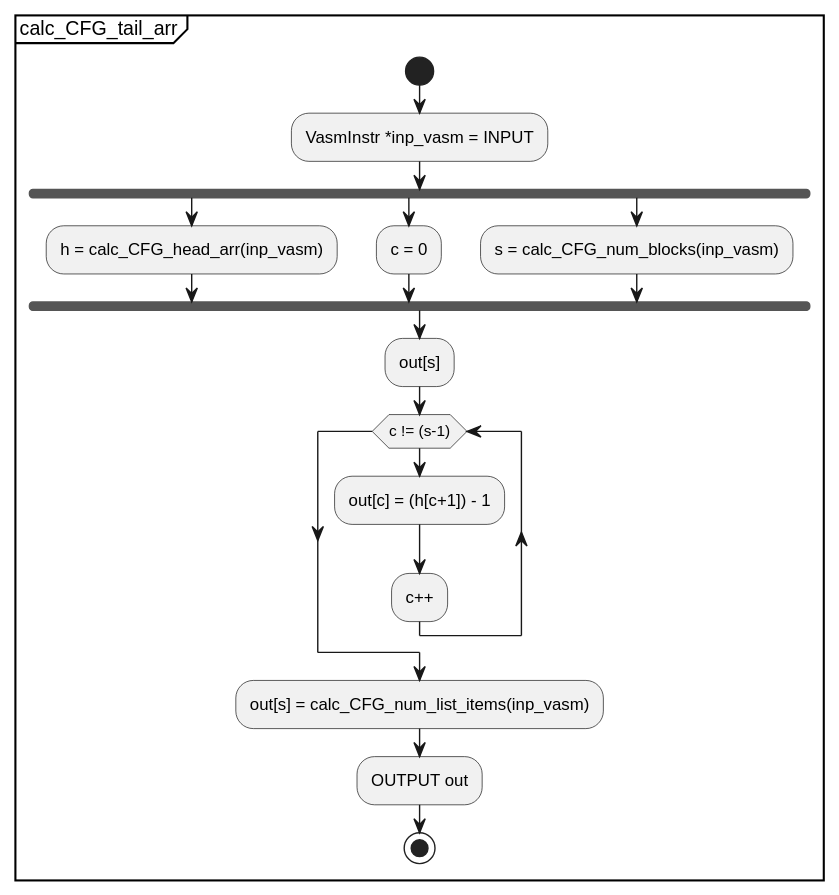
This is docs/UML/Control_Flow_Graph_Generation_Scheme/submodules/svg/calc_CFG_tail_arr.svg from KeithCBrett/Python-Compiler, a PlantUML export, as it was before one commit. Its diagram source:
```plantuml
@startuml
partition calc_CFG_tail_arr {
    start
    :VasmInstr *inp_vasm = INPUT;
    fork
        :h = calc_CFG_head_arr(inp_vasm);
    fork again
        :c = 0;
    fork again
        :s = calc_CFG_num_blocks(inp_vasm);
    fork end
    :out[s];
    while (c != (s-1))
        :out[c] = (h[c+1]) - 1;
        :c++;
    endwhile
    :out[s] = calc_CFG_num_list_items(inp_vasm);
    :OUTPUT out;
    stop
}
@enduml
```
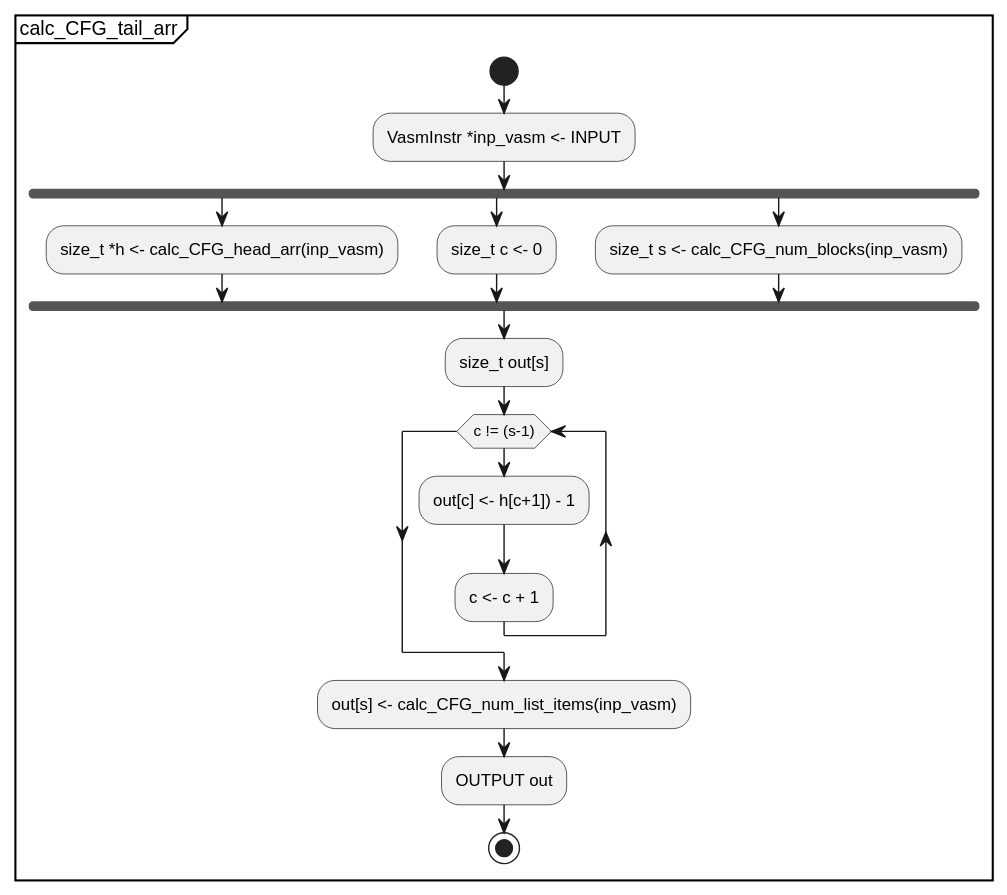
After the commit.

Change to the diagram source:
```diff
@@ -1,21 +1,21 @@
 @startuml
 partition calc_CFG_tail_arr {
-    start
-    :VasmInstr *inp_vasm = INPUT;
-    fork
-        :h = calc_CFG_head_arr(inp_vasm);
-    fork again
-        :c = 0;
-    fork again
-        :s = calc_CFG_num_blocks(inp_vasm);
-    fork end
-    :out[s];
-    while (c != (s-1))
-        :out[c] = (h[c+1]) - 1;
-        :c++;
-    endwhile
-    :out[s] = calc_CFG_num_list_items(inp_vasm);
-    :OUTPUT out;
-    stop
+	start
+	:VasmInstr *inp_vasm <- INPUT;
+	fork
+		:size_t *h <- calc_CFG_head_arr(inp_vasm);
+	fork again
+		:size_t c <- 0;
+	fork again
+		:size_t s <- calc_CFG_num_blocks(inp_vasm);
+	fork end
+	:size_t out[s];
+	while (c != (s-1))
+		:out[c] <- h[c+1]) - 1;
+		:c <- c + 1;
+	endwhile
+	:out[s] <- calc_CFG_num_list_items(inp_vasm);
+	:OUTPUT out;
+	stop
 }
 @enduml
```
